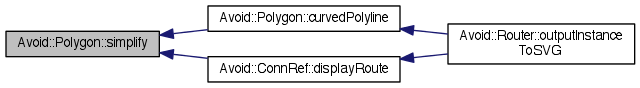
Earlier version of the Graphviz export documentation/classAvoid_1_1Polygon_a92f6c7f6bd7c144d408fe18a1b711bf3_icgraph.png (mjwybrow/adaptagrams). Its source is kept beside it as documentation/classAvoid_1_1Polygon_a92f6c7f6bd7c144d408fe18a1b711bf3_icgraph.dot. The source it was exported from:
```dot
digraph "Avoid::Polygon::simplify"
{
  edge [fontname="Helvetica",fontsize="10",labelfontname="Helvetica",labelfontsize="10"];
  node [fontname="Helvetica",fontsize="10",shape=record];
  rankdir="LR";
  Node1 [label="Avoid::Polygon::simplify",height=0.2,width=0.4,color="black", fillcolor="grey75", style="filled" fontcolor="black"];
  Node1 -> Node2 [dir="back",color="midnightblue",fontsize="10",style="solid",fontname="Helvetica"];
  Node2 [label="Avoid::Polygon::curvedPolyline",height=0.2,width=0.4,color="black", fillcolor="white", style="filled",URL="$classAvoid_1_1Polygon.html#a37c1371329c57705b74e8b557ca102ff",tooltip="Returns a curved approximation of this multi-segment PolyLine, with the corners replaced by smooth Be..."];
  Node2 -> Node3 [dir="back",color="midnightblue",fontsize="10",style="solid",fontname="Helvetica"];
  Node3 [label="Avoid::Router::outputInstance\lToSVG",height=0.2,width=0.4,color="black", fillcolor="white", style="filled",URL="$classAvoid_1_1Router.html#a458aae2d6447e0958e4916a8c29bbb47",tooltip="Generates an SVG file containing debug output and code that can be used to regenerate the instance..."];
  Node1 -> Node4 [dir="back",color="midnightblue",fontsize="10",style="solid",fontname="Helvetica"];
  Node4 [label="Avoid::ConnRef::displayRoute",height=0.2,width=0.4,color="black", fillcolor="white", style="filled",URL="$classAvoid_1_1ConnRef.html#ab7462cd69bd1d2c4dd318119558b4a94",tooltip="Returns a reference to the current display version of the route for the connector."];
  Node4 -> Node3 [dir="back",color="midnightblue",fontsize="10",style="solid",fontname="Helvetica"];
}
```
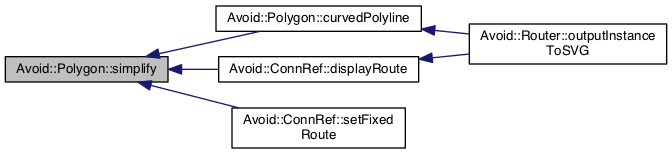
After the change.

The edit, as a diff of the source:
```diff
@@ -3,12 +3,14 @@
   edge [fontname="Helvetica",fontsize="10",labelfontname="Helvetica",labelfontsize="10"];
   node [fontname="Helvetica",fontsize="10",shape=record];
   rankdir="LR";
-  Node1 [label="Avoid::Polygon::simplify",height=0.2,width=0.4,color="black", fillcolor="grey75", style="filled" fontcolor="black"];
+  Node1 [label="Avoid::Polygon::simplify",height=0.2,width=0.4,color="black", fillcolor="grey75", style="filled", fontcolor="black"];
   Node1 -> Node2 [dir="back",color="midnightblue",fontsize="10",style="solid",fontname="Helvetica"];
   Node2 [label="Avoid::Polygon::curvedPolyline",height=0.2,width=0.4,color="black", fillcolor="white", style="filled",URL="$classAvoid_1_1Polygon.html#a37c1371329c57705b74e8b557ca102ff",tooltip="Returns a curved approximation of this multi-segment PolyLine, with the corners replaced by smooth Be..."];
   Node2 -> Node3 [dir="back",color="midnightblue",fontsize="10",style="solid",fontname="Helvetica"];
   Node3 [label="Avoid::Router::outputInstance\lToSVG",height=0.2,width=0.4,color="black", fillcolor="white", style="filled",URL="$classAvoid_1_1Router.html#a458aae2d6447e0958e4916a8c29bbb47",tooltip="Generates an SVG file containing debug output and code that can be used to regenerate the instance..."];
   Node1 -> Node4 [dir="back",color="midnightblue",fontsize="10",style="solid",fontname="Helvetica"];
-  Node4 [label="Avoid::ConnRef::displayRoute",height=0.2,width=0.4,color="black", fillcolor="white", style="filled",URL="$classAvoid_1_1ConnRef.html#ab7462cd69bd1d2c4dd318119558b4a94",tooltip="Returns a reference to the current display version of the route for the connector."];
+  Node4 [label="Avoid::ConnRef::displayRoute",height=0.2,width=0.4,color="black", fillcolor="white", style="filled",URL="$classAvoid_1_1ConnRef.html#ab7462cd69bd1d2c4dd318119558b4a94",tooltip="Returns a reference to the current display version of the route for the connector. "];
   Node4 -> Node3 [dir="back",color="midnightblue",fontsize="10",style="solid",fontname="Helvetica"];
+  Node1 -> Node5 [dir="back",color="midnightblue",fontsize="10",style="solid",fontname="Helvetica"];
+  Node5 [label="Avoid::ConnRef::setFixed\lRoute",height=0.2,width=0.4,color="black", fillcolor="white", style="filled",URL="$classAvoid_1_1ConnRef.html#a392eeffe4cdd76267b0d1bb654562382",tooltip="Sets a fixed user-specified route for this connector. "];
 }
```
